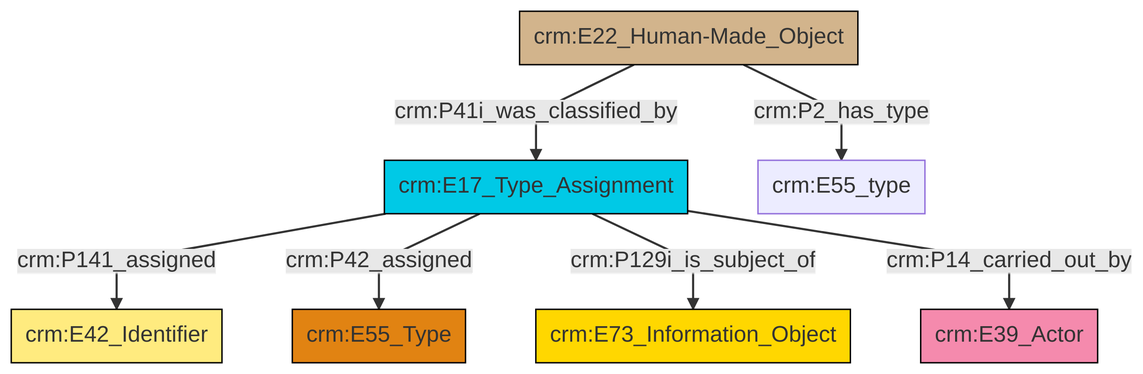
Above: et/builtWorkCSV/ttl/mmd/png/Built_Work_designation_status.png in swiss-art-research-net/docs.swissartresearch (Mermaid), before the change. Its source is kept beside it as et/builtWorkCSV/ttl/mmd/Built_Work_designation_status.ttl.mmd.
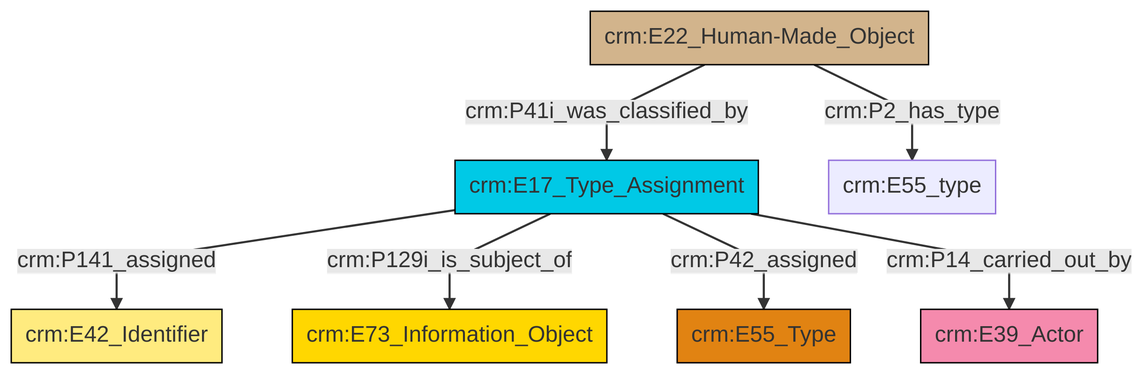
After the commit.

The edit, as a diff of the source:
```diff
@@ -13,9 +13,9 @@
 classDef PC_Classes fill:#4ce600, stroke:#000000;
 classDef Multi fill:#cccccc,stroke:#000000;
 
-2["crm:E17_Type_Assignment"]:::Temporal_Entity -->|crm:P141_assigned| 0["crm:E42_Identifier"]:::Appellation
-2["crm:E17_Type_Assignment"]:::Temporal_Entity -->|crm:P42_assigned| 7["crm:E55_Type"]:::Type
-5["crm:E22_Human-Made_Object"]:::Physical_Thing -->|crm:P41i_was_classified_by| 2["crm:E17_Type_Assignment"]:::Temporal_Entity
-2["crm:E17_Type_Assignment"]:::Temporal_Entity -->|crm:P129i_is_subject_of| 10["crm:E73_Information_Object"]:::Conceptual_Object
-2["crm:E17_Type_Assignment"]:::Temporal_Entity -->|crm:P14_carried_out_by| 3["crm:E39_Actor"]:::Actor
-5["crm:E22_Human-Made_Object"]:::Physical_Thing -->|crm:P2_has_type| 13["crm:E55_type"]:::Default
+0["crm:E17_Type_Assignment"]:::Temporal_Entity -->|crm:P141_assigned| 1["crm:E42_Identifier"]:::Appellation
+0["crm:E17_Type_Assignment"]:::Temporal_Entity -->|crm:P129i_is_subject_of| 2["crm:E73_Information_Object"]:::Conceptual_Object
+0["crm:E17_Type_Assignment"]:::Temporal_Entity -->|crm:P42_assigned| 5["crm:E55_Type"]:::Type
+3["crm:E22_Human-Made_Object"]:::Physical_Thing -->|crm:P2_has_type| 10["crm:E55_type"]:::Default
+3["crm:E22_Human-Made_Object"]:::Physical_Thing -->|crm:P41i_was_classified_by| 0["crm:E17_Type_Assignment"]:::Temporal_Entity
+0["crm:E17_Type_Assignment"]:::Temporal_Entity -->|crm:P14_carried_out_by| 13["crm:E39_Actor"]:::Actor
```
